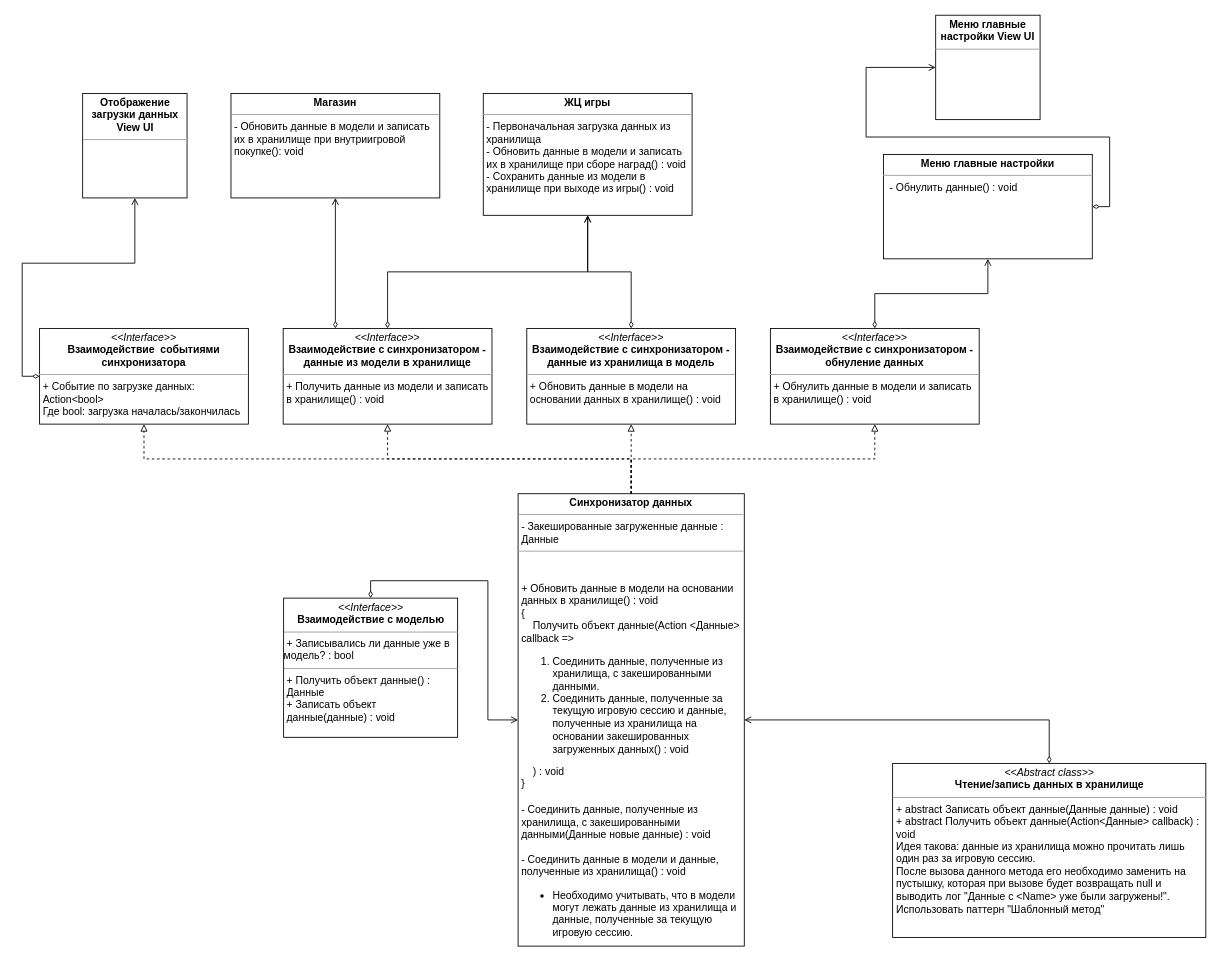
PurposeTo/JumpingDreamer keeps this draw.io diagram as Документация/Проектирование кода/Работа с данными/Синхронизатор данных UML.drawio. Above is the earlier version. Source tidied: cells renumbered, new cells numbered last; positions are measured from the earlier drawing's top-left corner, leaving out a move shared by most shapes. Both pictures are drawn from the tidied source at 87%, with x=0, y=0 at pixel (39, 15).
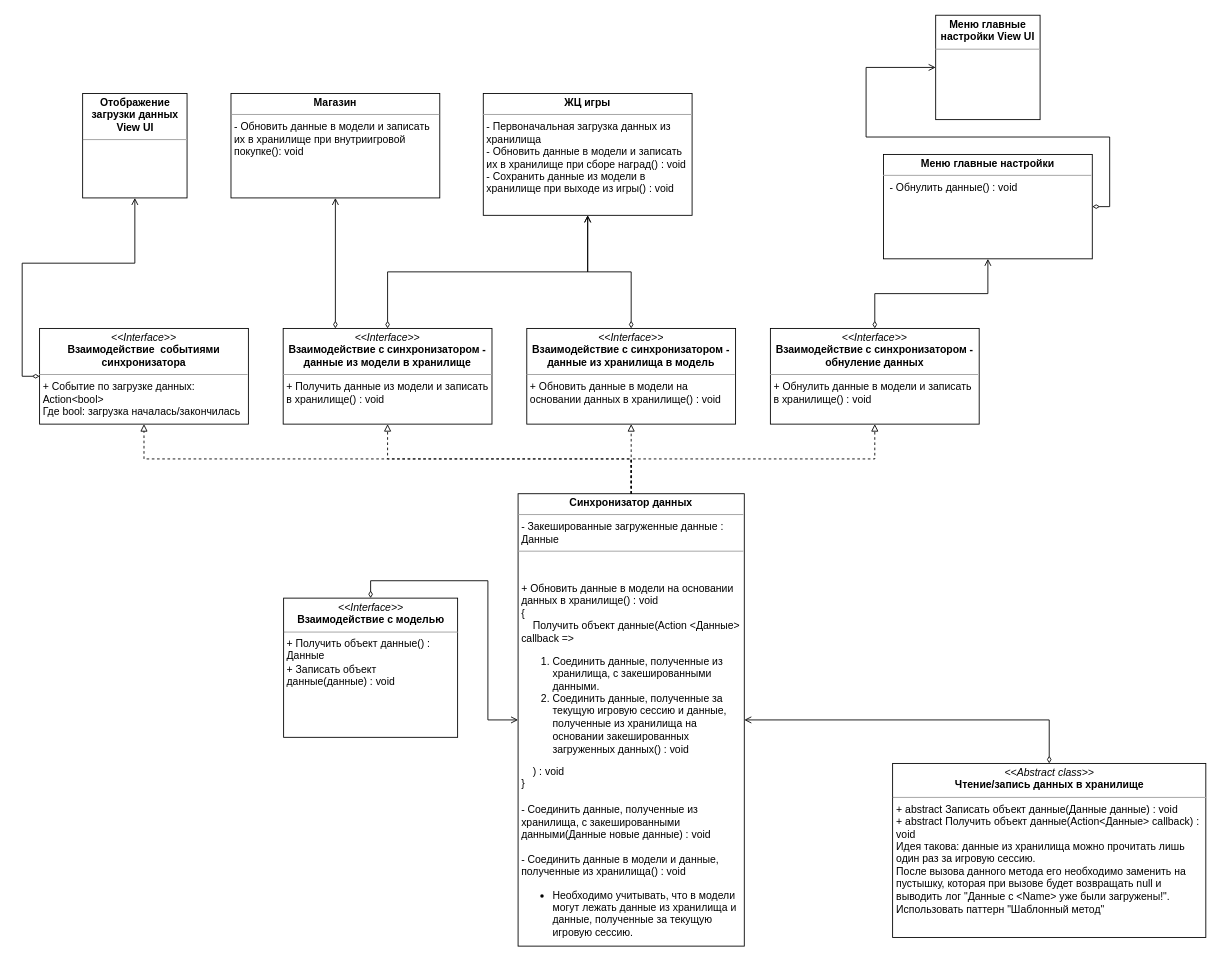
The same page after the edit.

Change to the diagram source:
```diff
@@
-    <mxCell id="5" value="&lt;p style=&quot;margin: 0px ; margin-top: 4px ; text-align: center&quot;&gt;&lt;i&gt;&amp;lt;&amp;lt;Interface&amp;gt;&amp;gt;&lt;/i&gt;&lt;br&gt;&lt;b&gt;Взаимодействие с моделью&lt;/b&gt;&lt;/p&gt;&lt;hr size=&quot;1&quot;&gt;&lt;p style=&quot;margin: 0px ; margin-left: 4px&quot;&gt;&lt;/p&gt;&lt;span&gt;&amp;nbsp;+ Записывались ли данные уже в модель? : bool&lt;/span&gt;&lt;span&gt;&lt;br&gt;&lt;/span&gt;&lt;hr size=&quot;1&quot;&gt;&lt;p style=&quot;margin: 0px 0px 0px 4px&quot;&gt;&lt;/p&gt;&amp;nbsp;+ Получить объект данные() :&amp;nbsp; &amp;nbsp;Данные&lt;br&gt;&lt;span&gt;&amp;nbsp;+ Записать объект&amp;nbsp; &amp;nbsp;данные(данные) : void&lt;/span&gt;&lt;br&gt;&lt;p&gt;&lt;/p&gt;" style="verticalAlign=top;align=left;overflow=fill;fontSize=12;fontFamily=Helvetica;html=1;whiteSpace=wrap;" parent="1" vertex="1">
+    <mxCell id="5" value="&lt;p style=&quot;margin: 0px ; margin-top: 4px ; text-align: center&quot;&gt;&lt;i&gt;&amp;lt;&amp;lt;Interface&amp;gt;&amp;gt;&lt;/i&gt;&lt;br&gt;&lt;b&gt;Взаимодействие с моделью&lt;/b&gt;&lt;/p&gt;&lt;hr size=&quot;1&quot;&gt;&lt;p style=&quot;margin: 0px ; margin-left: 4px&quot;&gt;&lt;/p&gt;&lt;span&gt;&amp;nbsp;&lt;/span&gt;+ Получить объект данные() :&amp;nbsp; &amp;nbsp;Данные&lt;br&gt;&lt;span&gt;&amp;nbsp;+ Записать объект&amp;nbsp; &amp;nbsp;данные(данные) : void&lt;/span&gt;&lt;br&gt;&lt;p&gt;&lt;/p&gt;" style="verticalAlign=top;align=left;overflow=fill;fontSize=12;fontFamily=Helvetica;html=1;whiteSpace=wrap;" parent="1" vertex="1">
       <mxGeometry x="280.5" y="670" width="200" height="160" as="geometry" />
     </mxCell>
```
